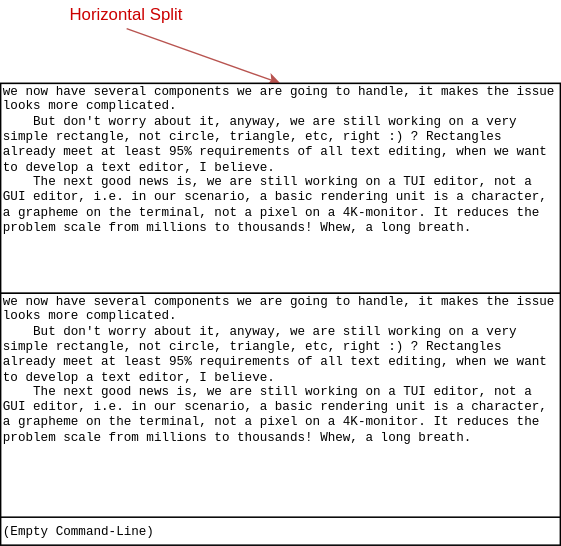
Above: images/1-TUI-3-Layout.5.drawio.svg in rsvim/rfc (draw.io), before the change. Source tidied: cells renumbered, new cells last; positions are measured from the earlier drawing's top-left corner, leaving out a move shared by most shapes.
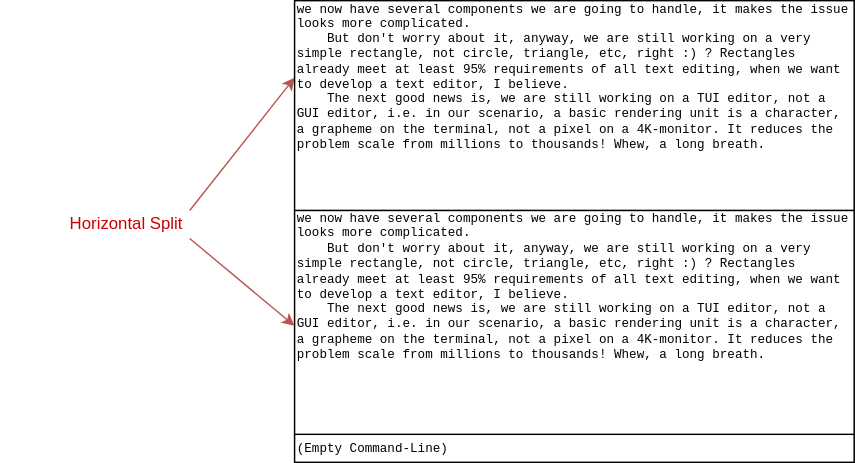
After the commit.

The edit, as a diff of the source:
```diff
@@ -9,9 +9,9 @@
       <mxGeometry y="369" width="400" height="20" as="geometry" />
     </mxCell>
     <mxCell id="4" value="Horizontal Split" style="text;html=1;whiteSpace=wrap;strokeColor=none;fillColor=none;align=center;verticalAlign=middle;rounded=0;fontColor=#CC0000;" parent="1" vertex="1">
-      <mxGeometry y="-0.2" width="180" height="20" as="geometry" />
+      <mxGeometry x="-210" y="209" width="180" height="20" as="geometry" />
     </mxCell>
-    <mxCell id="5" style="endArrow=classic;html=1;rounded=0;entryX=0.5;entryY=0;entryDx=0;entryDy=0;fontColor=#CC0000;fillColor=#f8cecc;strokeColor=#b85450;exitX=0.5;exitY=1;exitDx=0;exitDy=0;" parent="1" edge="1" source="4" target="8">
+    <mxCell id="5" style="endArrow=classic;html=1;rounded=0;entryX=0;entryY=0.5;entryDx=0;entryDy=0;fontColor=#CC0000;fillColor=#f8cecc;strokeColor=#b85450;exitX=0.75;exitY=0;exitDx=0;exitDy=0;" parent="1" edge="1" source="4" target="8">
       <mxGeometry relative="1" as="geometry" />
     </mxCell>
     <mxCell id="6" style="rounded=0;whiteSpace=wrap;html=1;" parent="1" vertex="1">
@@ -26,5 +26,8 @@
     <mxCell id="9" value="we now have several components we are going to handle, it makes the issue looks more complicated.&amp;nbsp;&lt;br&gt;&amp;nbsp; &amp;nbsp; But don't worry about it, anyway, we are still working on a very simple rectangle, not circle, triangle, etc, right :) ? Rectangles already meet at least 95% requirements of all text editing, when we want to develop a text editor, I believe.&lt;br&gt;&amp;nbsp; &amp;nbsp; The next good news is, we are still working on a TUI editor, not a GUI editor, i.e. in our scenario, a basic rendering unit is a character, a grapheme on the terminal, not a pixel on a 4K-monitor. It reduces the problem scale from millions to thousands! Whew, a long breath." style="text;html=1;whiteSpace=wrap;strokeColor=none;fillColor=none;align=left;verticalAlign=middle;rounded=0;fontFamily=Courier New;fontSize=9;fontStyle=0;" parent="1" vertex="1">
       <mxGeometry y="209" width="400" height="110" as="geometry" />
     </mxCell>
+    <mxCell id="10" style="endArrow=classic;html=1;rounded=0;entryX=0;entryY=0.75;entryDx=0;entryDy=0;fontColor=#CC0000;fillColor=#f8cecc;strokeColor=#b85450;exitX=0.75;exitY=1;exitDx=0;exitDy=0;" parent="1" edge="1" source="4" target="9">
+      <mxGeometry relative="1" as="geometry" />
+    </mxCell>
   </root>
 </mxGraphModel>
```
